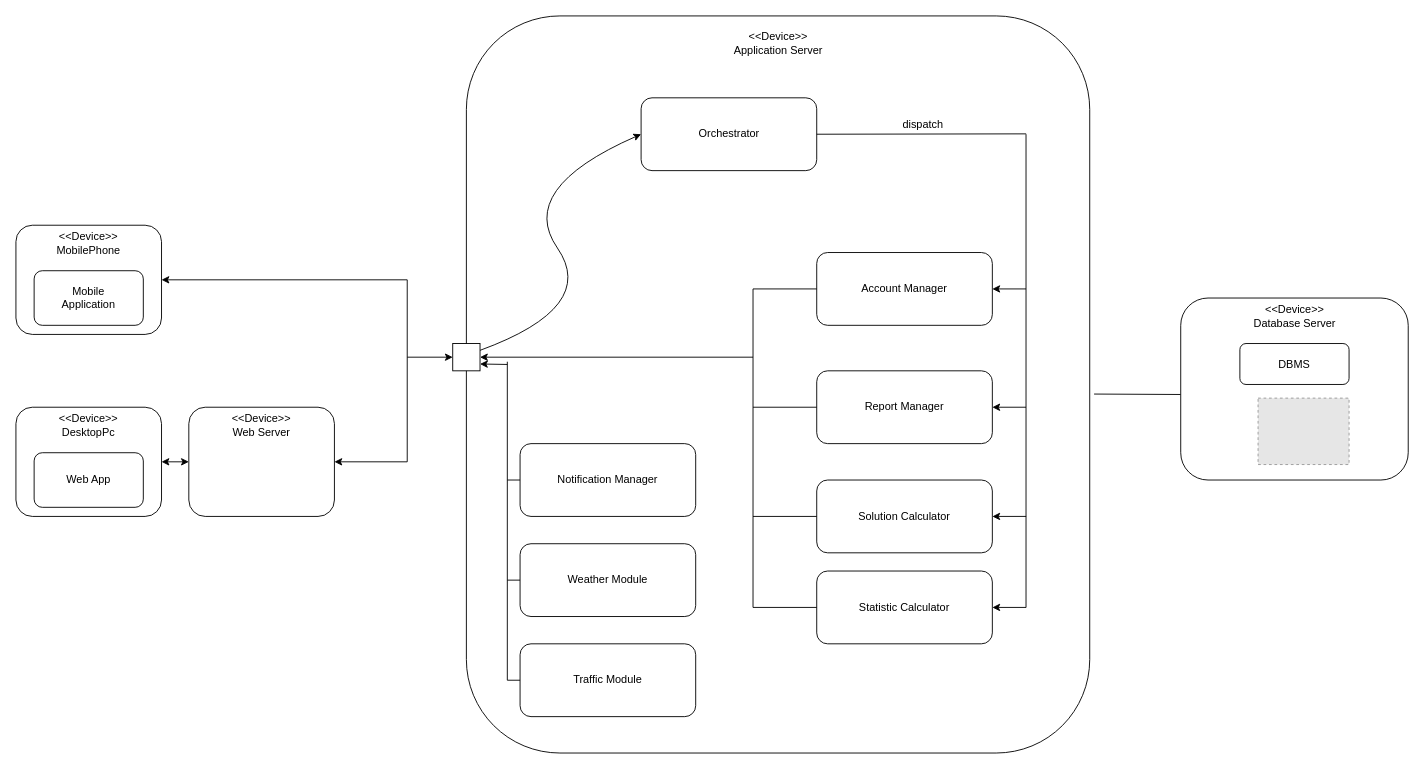
Above: DD/high level.drawio in Edoardo-Putti/Software-engineering-2-polimi (draw.io), before the change. Source tidied: cells renumbered, new cells numbered last; positions are measured from the earlier drawing's top-left corner, leaving out a move shared by most shapes. Both pictures are drawn from the tidied source at 91%, with x=0, y=0 at pixel (15, 15). Pictures stored in the file or linked from it are replaced by grey dashed boxes.
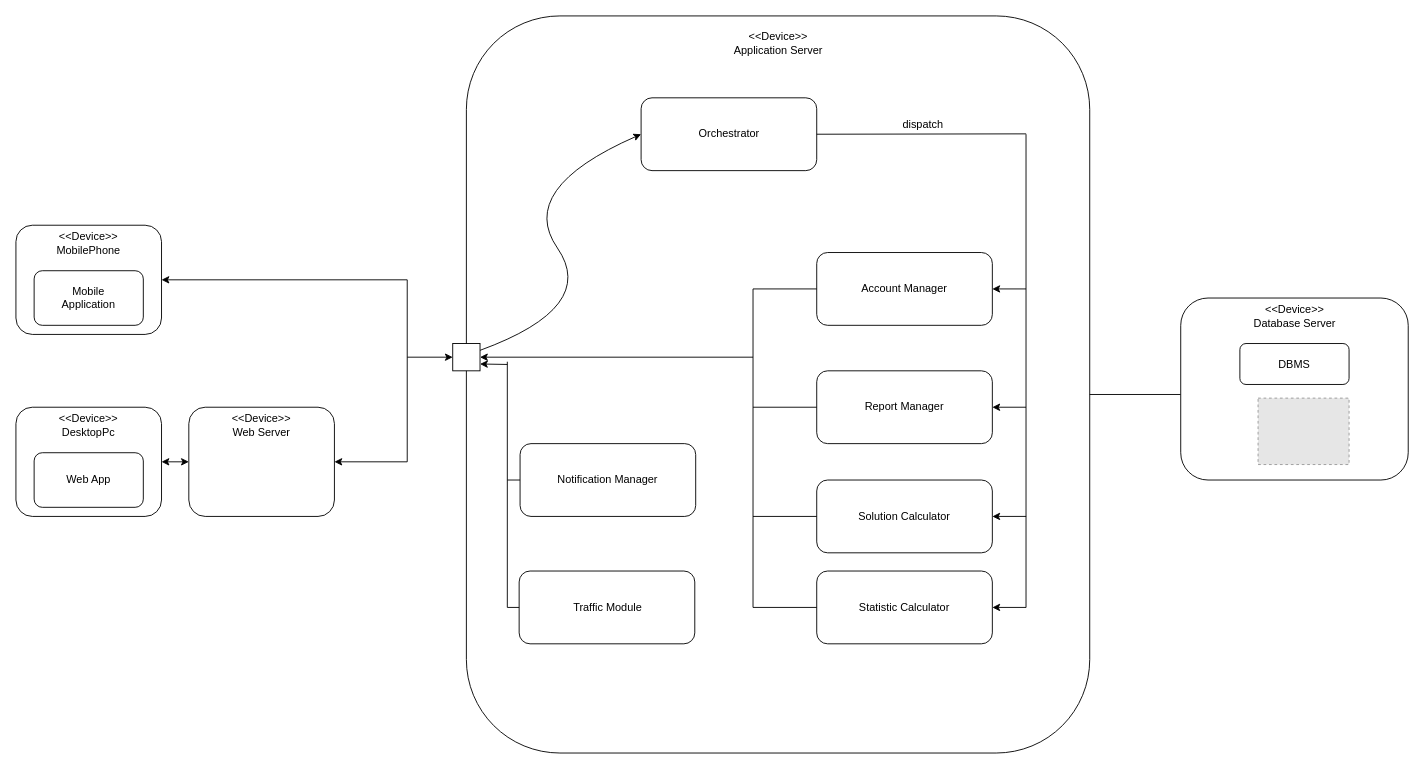
After the change.

Commit message (it also covers changes not shown here):
Updated high level overview in particular I removed the weather module beacause it was useless

Unchanged cells that the change refers to:
```xml
<mxCell id="17" style="rounded=1;whiteSpace=wrap;html=1;" parent="1" vertex="1">
  <mxGeometry x="495" width="685" height="810" as="geometry" />
</mxCell>
```

The edit, as a diff of the source:
```diff
@@
-    <mxCell id="26" style="rounded=1;whiteSpace=wrap;html=1;" parent="1" vertex="1">
-      <mxGeometry x="554" y="580" width="193" height="80" as="geometry" />
-    </mxCell>
     <mxCell id="27" style="rounded=1;whiteSpace=wrap;html=1;" parent="1" vertex="1">
-      <mxGeometry x="554" y="690" width="193" height="80" as="geometry" />
+      <mxGeometry x="553" y="610" width="193" height="80" as="geometry" />
     </mxCell>
@@
-    <mxCell id="29" value="Weather Module" style="text;html=1;strokeColor=none;fillColor=none;align=center;verticalAlign=middle;whiteSpace=wrap;rounded=0;" parent="1" vertex="1">
-      <mxGeometry x="586" y="610" width="129" height="20" as="geometry" />
-    </mxCell>
     <mxCell id="30" value="Traffic Module" style="text;html=1;strokeColor=none;fillColor=none;align=center;verticalAlign=middle;whiteSpace=wrap;rounded=0;" parent="1" vertex="1">
-      <mxGeometry x="586" y="720" width="129" height="20" as="geometry" />
+      <mxGeometry x="586" y="640" width="129" height="20" as="geometry" />
     </mxCell>
@@
     <mxCell id="35" style="endArrow=none;html=1;entryX=0;entryY=0.5;entryDx=0;entryDy=0;" parent="1" edge="1" target="27">
       <mxGeometry relative="1" as="geometry">
-        <mxPoint x="540" y="730" as="sourcePoint" />
+        <mxPoint x="540" y="650" as="sourcePoint" />
       </mxGeometry>
     </mxCell>
     <mxCell id="36" style="endArrow=none;html=1;" parent="1" edge="1">
       <mxGeometry relative="1" as="geometry">
-        <mxPoint x="540" y="730" as="sourcePoint" />
+        <mxPoint x="540" y="650" as="sourcePoint" />
         <mxPoint x="540" y="380" as="targetPoint" />
       </mxGeometry>
     </mxCell>
@@
-    <mxCell id="38" style="endArrow=none;html=1;entryX=0;entryY=0.5;entryDx=0;entryDy=0;" parent="1" edge="1" target="26">
-      <mxGeometry relative="1" as="geometry">
-        <mxPoint x="540" y="620" as="sourcePoint" />
-      </mxGeometry>
-    </mxCell>
@@
-    <mxCell id="51" style="endArrow=none;html=1;exitX=1.007;exitY=0.513;exitDx=0;exitDy=0;exitPerimeter=0;" parent="1" edge="1" source="17">
+    <mxCell id="51" style="endArrow=none;html=1;" parent="1" edge="1">
       <mxGeometry relative="1" as="geometry">
+        <mxPoint x="1180" y="416" as="sourcePoint" />
         <mxPoint x="1280" y="416" as="targetPoint" />
       </mxGeometry>
     </mxCell>
```
